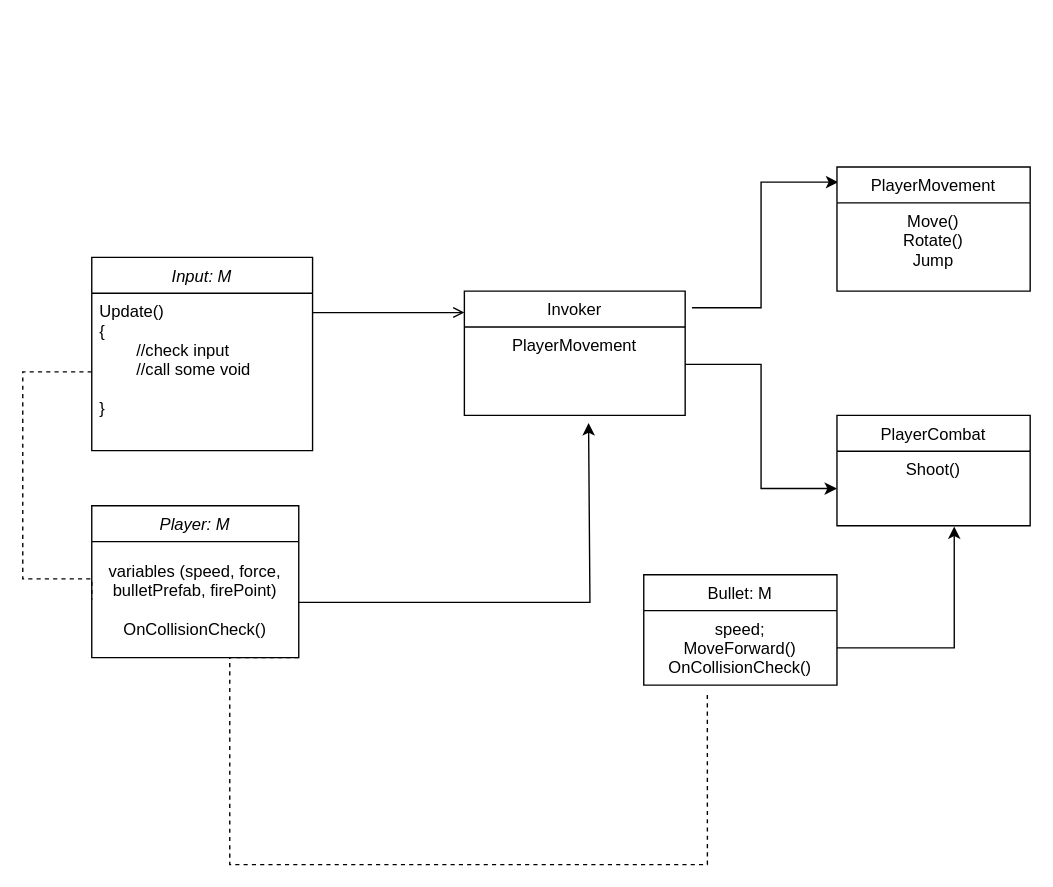
Above: Диаграмма без названия.drawio in kw6rcw9/UnityLabs (draw.io), before the change. Source tidied: cells renumbered, new cells numbered last; positions are measured from the earlier drawing's top-left corner, leaving out a move shared by most shapes. Both pictures are drawn from the tidied source at 138%, with x=0, y=0 at pixel (22, 166).
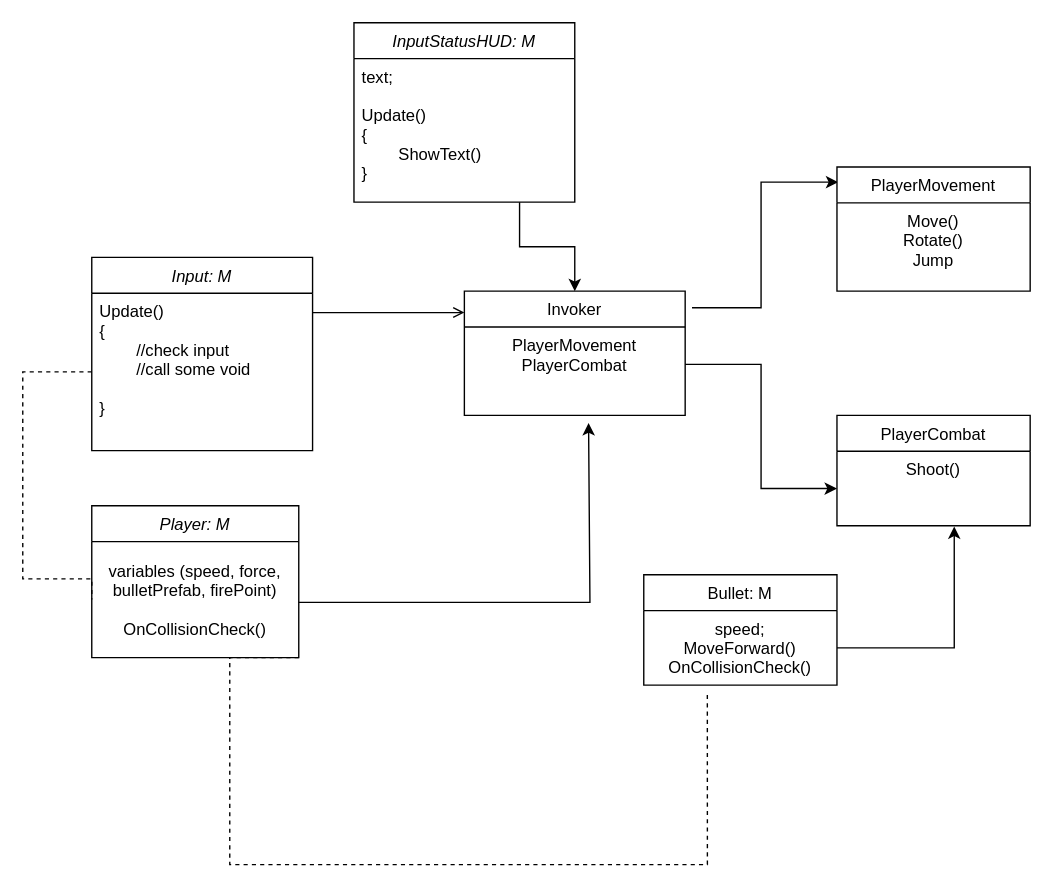
The same diagram, later.

The change refers to these unchanged cells:
```xml
<mxCell id="5" value="Invoker" style="swimlane;fontStyle=0;align=center;verticalAlign=top;horizontal=1;startSize=26;rounded=0;shadow=0;strokeWidth=1;" parent="1" vertex="1">
  <mxGeometry x="320" y="90.5" width="160" height="90" as="geometry" />
</mxCell>
```

Change to the diagram source:
```diff
@@
-    <mxCell id="6" value="PlayerMovement" style="text;align=center;verticalAlign=top;spacingLeft=4;spacingRight=4;overflow=hidden;points=[[0,0.5],[1,0.5]];portConstraint=eastwest;" parent="5" vertex="1">
+    <mxCell id="6" value="PlayerMovement&#10;PlayerCombat" style="text;align=center;verticalAlign=top;spacingLeft=4;spacingRight=4;overflow=hidden;points=[[0,0.5],[1,0.5]];portConstraint=eastwest;" parent="5" vertex="1">
       <mxGeometry y="26" width="160" height="54" as="geometry" />
     </mxCell>
@@
+    <mxCell id="22" style="edgeStyle=orthogonalEdgeStyle;rounded=0;jettySize=auto;html=1;exitX=0.75;exitY=1;exitDx=0;exitDy=0;" parent="1" edge="1" source="23" target="5">
+      <mxGeometry relative="1" as="geometry" />
+    </mxCell>
+    <mxCell id="23" value="InputStatusHUD: M" style="swimlane;fontStyle=2;align=center;verticalAlign=top;horizontal=1;startSize=26;rounded=0;shadow=0;strokeWidth=1;" parent="1" vertex="1">
+      <mxGeometry x="240" y="-104" width="160" height="130" as="geometry" />
+    </mxCell>
+    <mxCell id="24" value="text;&#10;&#10;Update()&#10;{&#10;        ShowText()&#10;}" style="text;align=left;verticalAlign=top;spacingLeft=4;spacingRight=4;overflow=hidden;" parent="23" vertex="1">
+      <mxGeometry y="26" width="160" height="104" as="geometry" />
+    </mxCell>
```
